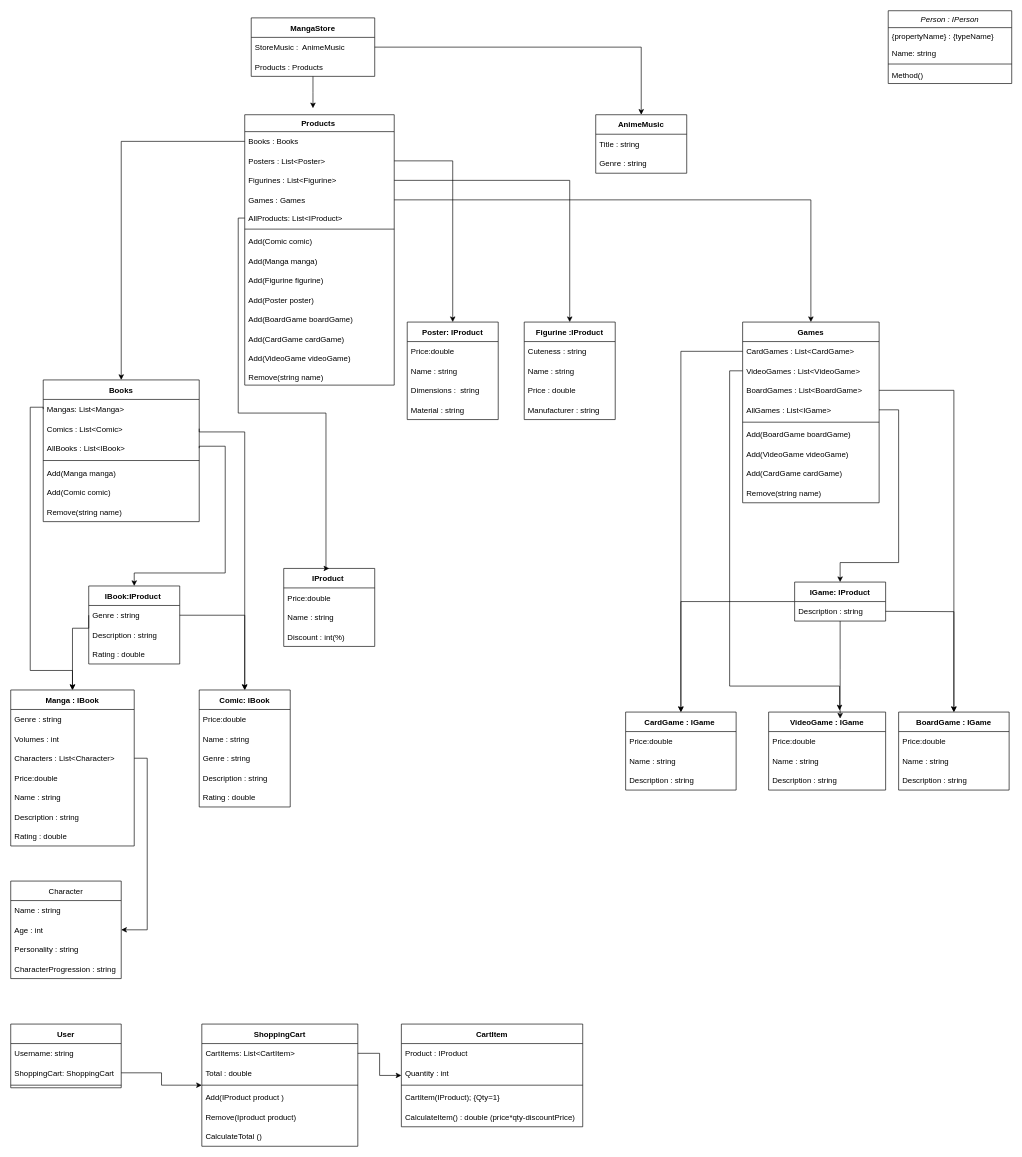
The draw.io diagram MangaStore/Digrams/ClassDiagram.drawio in lauravoineag/Kata, before the edit. Source tidied: cells renumbered, new cells numbered last; positions are measured from the earlier drawing's top-left corner, leaving out a move shared by most shapes. Both pictures are drawn from the tidied source at 65%, with x=0, y=0 at pixel (10, 10).
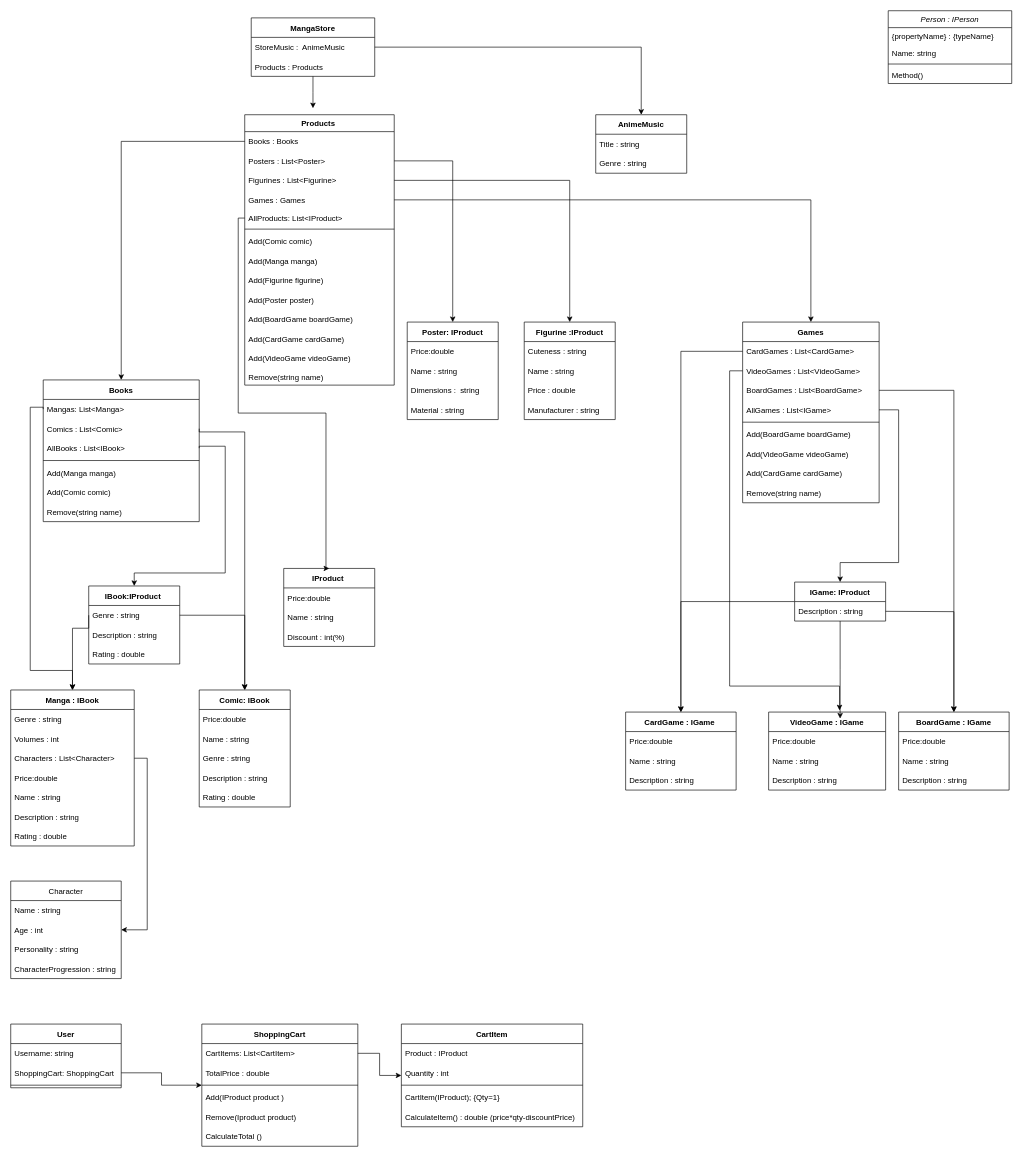
The same page after the edit.

The change refers to these unchanged cells:
```xml
<mxCell id="117" value="ShoppingCart" style="swimlane;fontStyle=1;horizontal=1;startSize=30;fontColor=#000000;" parent="1" vertex="1">
  <mxGeometry x="294" y="1559" width="240" height="188" as="geometry" />
</mxCell>
```

What changed in the source:
```diff
@@
-    <mxCell id="119" value="Total : double" style="text;strokeColor=none;fillColor=none;align=left;verticalAlign=middle;spacingLeft=4;spacingRight=4;overflow=hidden;fontColor=#000000;" parent="117" vertex="1">
+    <mxCell id="119" value="TotalPrice : double" style="text;strokeColor=none;fillColor=none;align=left;verticalAlign=middle;spacingLeft=4;spacingRight=4;overflow=hidden;fontColor=#000000;" parent="117" vertex="1">
       <mxGeometry y="60" width="240" height="30" as="geometry" />
     </mxCell>
```
